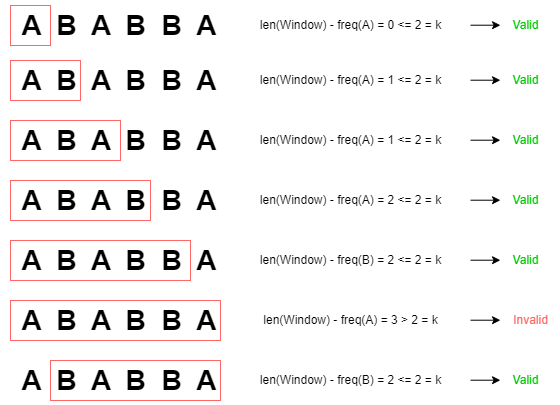
Above: Python3/img/LongestRepeatingCharacters.png in ashiven/leetcode-solutions (draw.io), before the change. Source tidied: cells renumbered, new cells last; positions are measured from the earlier drawing's top-left corner, leaving out a move shared by most shapes.
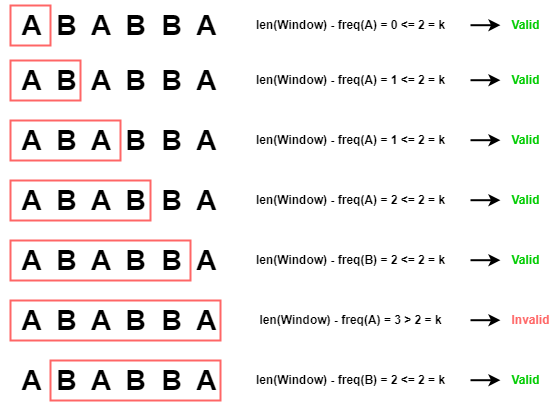
Above is the later version.

Change to the diagram source:
```diff
@@ -2,130 +2,130 @@
   <root>
     <mxCell id="0" />
     <mxCell id="1" parent="0" />
-    <mxCell id="2" value="&lt;b&gt;&lt;font style=&quot;font-size: 28px;&quot;&gt;&amp;nbsp;A&amp;nbsp; B&amp;nbsp; A&amp;nbsp; B&amp;nbsp; B&amp;nbsp; A&lt;/font&gt;&lt;/b&gt;" style="text;html=1;align=center;verticalAlign=middle;strokeColor=none;fillColor=none;fontColor=#000000;" parent="1" vertex="1">
+    <mxCell id="2" value="&lt;span&gt;&lt;font style=&quot;font-size: 28px;&quot;&gt;&amp;nbsp;A&amp;nbsp; B&amp;nbsp; A&amp;nbsp; B&amp;nbsp; B&amp;nbsp; A&lt;/font&gt;&lt;/span&gt;" style="text;html=1;align=center;verticalAlign=middle;strokeColor=none;fillColor=none;fontColor=#000000;fontStyle=1;strokeWidth=2;" parent="1" vertex="1">
       <mxGeometry width="230" height="50" as="geometry" />
     </mxCell>
-    <mxCell id="3" style="whiteSpace=wrap;html=1;fillColor=none;strokeColor=#FF6666;fontColor=#000000;" parent="1" vertex="1">
+    <mxCell id="3" style="whiteSpace=wrap;html=1;fillColor=none;strokeColor=#FF6666;fontColor=#000000;fontStyle=1;strokeWidth=2;" parent="1" vertex="1">
       <mxGeometry x="10" y="5" width="40" height="40" as="geometry" />
     </mxCell>
-    <mxCell id="4" value="&lt;font&gt;len(Window) - freq(A) = 0 &amp;lt;= 2 = k&lt;/font&gt;" style="text;html=1;align=center;verticalAlign=middle;strokeColor=none;fillColor=none;fontColor=#000000;" parent="1" vertex="1">
-      <mxGeometry x="250" y="10" width="200" height="30" as="geometry" />
+    <mxCell id="4" value="&lt;font&gt;len(Window) - freq(A) = 0 &amp;lt;= 2 = k&lt;/font&gt;" style="text;html=1;align=center;verticalAlign=middle;strokeColor=none;fillColor=none;fontColor=#000000;fontStyle=1;strokeWidth=2;" parent="1" vertex="1">
+      <mxGeometry x="245" y="10" width="210" height="30" as="geometry" />
     </mxCell>
-    <mxCell id="5" style="endArrow=classic;html=1;rounded=0;strokeColor=#000000;fontColor=#000000;" parent="1" edge="1">
+    <mxCell id="5" style="endArrow=classic;html=1;rounded=0;strokeColor=#000000;fontColor=#000000;fontStyle=1;strokeWidth=2;" parent="1" edge="1">
       <mxGeometry relative="1" as="geometry">
         <mxPoint x="470" y="24.7" as="sourcePoint" />
         <mxPoint x="500" y="24.7" as="targetPoint" />
       </mxGeometry>
     </mxCell>
-    <mxCell id="6" value="&lt;font color=&quot;#00cc00&quot;&gt;Valid&lt;/font&gt;" style="text;html=1;align=center;verticalAlign=middle;strokeColor=none;fillColor=none;" parent="1" vertex="1">
+    <mxCell id="6" value="&lt;font color=&quot;#00cc00&quot;&gt;Valid&lt;/font&gt;" style="text;html=1;align=center;verticalAlign=middle;strokeColor=none;fillColor=none;fontStyle=1;strokeWidth=2;" parent="1" vertex="1">
       <mxGeometry x="500" y="10" width="50" height="30" as="geometry" />
     </mxCell>
-    <mxCell id="7" value="&lt;b&gt;&lt;font style=&quot;font-size: 28px;&quot;&gt;&amp;nbsp;A&amp;nbsp; B&amp;nbsp; A&amp;nbsp; B&amp;nbsp; B&amp;nbsp; A&lt;/font&gt;&lt;/b&gt;" style="text;html=1;align=center;verticalAlign=middle;strokeColor=none;fillColor=none;fontColor=#000000;" parent="1" vertex="1">
+    <mxCell id="7" value="&lt;span&gt;&lt;font style=&quot;font-size: 28px;&quot;&gt;&amp;nbsp;A&amp;nbsp; B&amp;nbsp; A&amp;nbsp; B&amp;nbsp; B&amp;nbsp; A&lt;/font&gt;&lt;/span&gt;" style="text;html=1;align=center;verticalAlign=middle;strokeColor=none;fillColor=none;fontColor=#000000;fontStyle=1;strokeWidth=2;" parent="1" vertex="1">
       <mxGeometry y="55" width="230" height="50" as="geometry" />
     </mxCell>
-    <mxCell id="8" style="rounded=0;whiteSpace=wrap;html=1;fillColor=none;strokeColor=#FF6666;fontColor=#000000;" parent="1" vertex="1">
+    <mxCell id="8" style="rounded=0;whiteSpace=wrap;html=1;fillColor=none;strokeColor=#FF6666;fontColor=#000000;fontStyle=1;strokeWidth=2;" parent="1" vertex="1">
       <mxGeometry x="10" y="60" width="70" height="40" as="geometry" />
     </mxCell>
-    <mxCell id="9" value="&lt;font&gt;len(Window) - freq(A) = 1 &amp;lt;= 2 = k&lt;/font&gt;" style="text;html=1;align=center;verticalAlign=middle;strokeColor=none;fillColor=none;fontColor=#000000;" parent="1" vertex="1">
-      <mxGeometry x="250" y="65" width="200" height="30" as="geometry" />
+    <mxCell id="9" value="&lt;font&gt;len(Window) - freq(A) = 1 &amp;lt;= 2 = k&lt;/font&gt;" style="text;html=1;align=center;verticalAlign=middle;strokeColor=none;fillColor=none;fontColor=#000000;fontStyle=1;strokeWidth=2;" parent="1" vertex="1">
+      <mxGeometry x="245" y="65" width="210" height="30" as="geometry" />
     </mxCell>
-    <mxCell id="10" style="endArrow=classic;html=1;rounded=0;strokeColor=#000000;fontColor=#000000;" parent="1" edge="1">
+    <mxCell id="10" style="endArrow=classic;html=1;rounded=0;strokeColor=#000000;fontColor=#000000;fontStyle=1;strokeWidth=2;" parent="1" edge="1">
       <mxGeometry relative="1" as="geometry">
         <mxPoint x="470" y="79.7" as="sourcePoint" />
         <mxPoint x="500" y="79.7" as="targetPoint" />
       </mxGeometry>
     </mxCell>
-    <mxCell id="11" value="&lt;font color=&quot;#00cc00&quot;&gt;Valid&lt;/font&gt;" style="text;html=1;align=center;verticalAlign=middle;strokeColor=none;fillColor=none;" parent="1" vertex="1">
+    <mxCell id="11" value="&lt;font color=&quot;#00cc00&quot;&gt;Valid&lt;/font&gt;" style="text;html=1;align=center;verticalAlign=middle;strokeColor=none;fillColor=none;fontStyle=1;strokeWidth=2;" parent="1" vertex="1">
       <mxGeometry x="500" y="65" width="50" height="30" as="geometry" />
     </mxCell>
-    <mxCell id="12" value="&lt;b&gt;&lt;font style=&quot;font-size: 28px;&quot;&gt;&amp;nbsp;A&amp;nbsp; B&amp;nbsp; A&amp;nbsp; B&amp;nbsp; B&amp;nbsp; A&lt;/font&gt;&lt;/b&gt;" style="text;html=1;align=center;verticalAlign=middle;strokeColor=none;fillColor=none;fontColor=#000000;" parent="1" vertex="1">
+    <mxCell id="12" value="&lt;span&gt;&lt;font style=&quot;font-size: 28px;&quot;&gt;&amp;nbsp;A&amp;nbsp; B&amp;nbsp; A&amp;nbsp; B&amp;nbsp; B&amp;nbsp; A&lt;/font&gt;&lt;/span&gt;" style="text;html=1;align=center;verticalAlign=middle;strokeColor=none;fillColor=none;fontColor=#000000;fontStyle=1;strokeWidth=2;" parent="1" vertex="1">
       <mxGeometry y="115" width="230" height="50" as="geometry" />
     </mxCell>
-    <mxCell id="13" style="rounded=0;whiteSpace=wrap;html=1;fillColor=none;strokeColor=#FF6666;fontColor=#000000;" parent="1" vertex="1">
+    <mxCell id="13" style="rounded=0;whiteSpace=wrap;html=1;fillColor=none;strokeColor=#FF6666;fontColor=#000000;fontStyle=1;strokeWidth=2;" parent="1" vertex="1">
       <mxGeometry x="10" y="120" width="110" height="40" as="geometry" />
     </mxCell>
-    <mxCell id="14" value="&lt;font&gt;len(Window) - freq(A) = 1 &amp;lt;= 2 = k&lt;/font&gt;" style="text;html=1;align=center;verticalAlign=middle;strokeColor=none;fillColor=none;fontColor=#000000;" parent="1" vertex="1">
-      <mxGeometry x="250" y="125" width="200" height="30" as="geometry" />
+    <mxCell id="14" value="&lt;font&gt;len(Window) - freq(A) = 1 &amp;lt;= 2 = k&lt;/font&gt;" style="text;html=1;align=center;verticalAlign=middle;strokeColor=none;fillColor=none;fontColor=#000000;fontStyle=1;strokeWidth=2;" parent="1" vertex="1">
+      <mxGeometry x="245" y="125" width="210" height="30" as="geometry" />
     </mxCell>
-    <mxCell id="15" style="endArrow=classic;html=1;rounded=0;strokeColor=#000000;fontColor=#000000;" parent="1" edge="1">
+    <mxCell id="15" style="endArrow=classic;html=1;rounded=0;strokeColor=#000000;fontColor=#000000;fontStyle=1;strokeWidth=2;" parent="1" edge="1">
       <mxGeometry relative="1" as="geometry">
         <mxPoint x="470" y="139.7" as="sourcePoint" />
         <mxPoint x="500" y="139.7" as="targetPoint" />
       </mxGeometry>
     </mxCell>
-    <mxCell id="16" value="&lt;font color=&quot;#00cc00&quot;&gt;Valid&lt;/font&gt;" style="text;html=1;align=center;verticalAlign=middle;strokeColor=none;fillColor=none;" parent="1" vertex="1">
+    <mxCell id="16" value="&lt;font color=&quot;#00cc00&quot;&gt;Valid&lt;/font&gt;" style="text;html=1;align=center;verticalAlign=middle;strokeColor=none;fillColor=none;fontStyle=1;strokeWidth=2;" parent="1" vertex="1">
       <mxGeometry x="500" y="125" width="50" height="30" as="geometry" />
     </mxCell>
-    <mxCell id="17" value="&lt;b&gt;&lt;font style=&quot;font-size: 28px;&quot;&gt;&amp;nbsp;A&amp;nbsp; B&amp;nbsp; A&amp;nbsp; B&amp;nbsp; B&amp;nbsp; A&lt;/font&gt;&lt;/b&gt;" style="text;html=1;align=center;verticalAlign=middle;strokeColor=none;fillColor=none;fontColor=#000000;" parent="1" vertex="1">
+    <mxCell id="17" value="&lt;span&gt;&lt;font style=&quot;font-size: 28px;&quot;&gt;&amp;nbsp;A&amp;nbsp; B&amp;nbsp; A&amp;nbsp; B&amp;nbsp; B&amp;nbsp; A&lt;/font&gt;&lt;/span&gt;" style="text;html=1;align=center;verticalAlign=middle;strokeColor=none;fillColor=none;fontColor=#000000;fontStyle=1;strokeWidth=2;" parent="1" vertex="1">
       <mxGeometry y="175" width="230" height="50" as="geometry" />
     </mxCell>
-    <mxCell id="18" style="rounded=0;whiteSpace=wrap;html=1;fillColor=none;strokeColor=#FF6666;fontColor=#000000;" parent="1" vertex="1">
+    <mxCell id="18" style="rounded=0;whiteSpace=wrap;html=1;fillColor=none;strokeColor=#FF6666;fontColor=#000000;fontStyle=1;strokeWidth=2;" parent="1" vertex="1">
       <mxGeometry x="10" y="180" width="140" height="40" as="geometry" />
     </mxCell>
-    <mxCell id="19" value="&lt;font&gt;len(Window) - freq(A) = 2 &amp;lt;= 2 = k&lt;/font&gt;" style="text;html=1;align=center;verticalAlign=middle;strokeColor=none;fillColor=none;fontColor=#000000;" parent="1" vertex="1">
-      <mxGeometry x="250" y="185" width="200" height="30" as="geometry" />
+    <mxCell id="19" value="&lt;font&gt;len(Window) - freq(A) = 2 &amp;lt;= 2 = k&lt;/font&gt;" style="text;html=1;align=center;verticalAlign=middle;strokeColor=none;fillColor=none;fontColor=#000000;fontStyle=1;strokeWidth=2;" parent="1" vertex="1">
+      <mxGeometry x="245" y="185" width="210" height="30" as="geometry" />
     </mxCell>
-    <mxCell id="20" style="endArrow=classic;html=1;rounded=0;strokeColor=#000000;fontColor=#000000;" parent="1" edge="1">
+    <mxCell id="20" style="endArrow=classic;html=1;rounded=0;strokeColor=#000000;fontColor=#000000;fontStyle=1;strokeWidth=2;" parent="1" edge="1">
       <mxGeometry relative="1" as="geometry">
         <mxPoint x="470" y="199.7" as="sourcePoint" />
         <mxPoint x="500" y="199.7" as="targetPoint" />
       </mxGeometry>
     </mxCell>
-    <mxCell id="21" value="&lt;font color=&quot;#00cc00&quot;&gt;Valid&lt;/font&gt;" style="text;html=1;align=center;verticalAlign=middle;strokeColor=none;fillColor=none;" parent="1" vertex="1">
+    <mxCell id="21" value="&lt;font color=&quot;#00cc00&quot;&gt;Valid&lt;/font&gt;" style="text;html=1;align=center;verticalAlign=middle;strokeColor=none;fillColor=none;fontStyle=1;strokeWidth=2;" parent="1" vertex="1">
       <mxGeometry x="500" y="185" width="50" height="30" as="geometry" />
     </mxCell>
-    <mxCell id="22" value="&lt;b&gt;&lt;font style=&quot;font-size: 28px;&quot;&gt;&amp;nbsp;A&amp;nbsp; B&amp;nbsp; A&amp;nbsp; B&amp;nbsp; B&amp;nbsp; A&lt;/font&gt;&lt;/b&gt;" style="text;html=1;align=center;verticalAlign=middle;strokeColor=none;fillColor=none;fontColor=#000000;" parent="1" vertex="1">
+    <mxCell id="22" value="&lt;span&gt;&lt;font style=&quot;font-size: 28px;&quot;&gt;&amp;nbsp;A&amp;nbsp; B&amp;nbsp; A&amp;nbsp; B&amp;nbsp; B&amp;nbsp; A&lt;/font&gt;&lt;/span&gt;" style="text;html=1;align=center;verticalAlign=middle;strokeColor=none;fillColor=none;fontColor=#000000;fontStyle=1;strokeWidth=2;" parent="1" vertex="1">
       <mxGeometry y="235" width="230" height="50" as="geometry" />
     </mxCell>
-    <mxCell id="23" style="rounded=0;whiteSpace=wrap;html=1;fillColor=none;strokeColor=#FF6666;fontColor=#000000;" parent="1" vertex="1">
+    <mxCell id="23" style="rounded=0;whiteSpace=wrap;html=1;fillColor=none;strokeColor=#FF6666;fontColor=#000000;fontStyle=1;strokeWidth=2;" parent="1" vertex="1">
       <mxGeometry x="10" y="240" width="180" height="40" as="geometry" />
     </mxCell>
-    <mxCell id="24" value="&lt;font&gt;len(Window) - freq(B) = 2 &amp;lt;= 2 = k&lt;/font&gt;" style="text;html=1;align=center;verticalAlign=middle;strokeColor=none;fillColor=none;fontColor=#000000;" parent="1" vertex="1">
-      <mxGeometry x="250" y="245" width="200" height="30" as="geometry" />
+    <mxCell id="24" value="&lt;font&gt;len(Window) - freq(B) = 2 &amp;lt;= 2 = k&lt;/font&gt;" style="text;html=1;align=center;verticalAlign=middle;strokeColor=none;fillColor=none;fontColor=#000000;fontStyle=1;strokeWidth=2;" parent="1" vertex="1">
+      <mxGeometry x="245" y="245" width="210" height="30" as="geometry" />
     </mxCell>
-    <mxCell id="25" style="endArrow=classic;html=1;rounded=0;strokeColor=#000000;fontColor=#000000;" parent="1" edge="1">
+    <mxCell id="25" style="endArrow=classic;html=1;rounded=0;strokeColor=#000000;fontColor=#000000;fontStyle=1;strokeWidth=2;" parent="1" edge="1">
       <mxGeometry relative="1" as="geometry">
         <mxPoint x="470" y="259.7" as="sourcePoint" />
         <mxPoint x="500" y="259.7" as="targetPoint" />
       </mxGeometry>
     </mxCell>
-    <mxCell id="26" value="&lt;font color=&quot;#00cc00&quot;&gt;Valid&lt;/font&gt;" style="text;html=1;align=center;verticalAlign=middle;strokeColor=none;fillColor=none;" parent="1" vertex="1">
+    <mxCell id="26" value="&lt;font color=&quot;#00cc00&quot;&gt;Valid&lt;/font&gt;" style="text;html=1;align=center;verticalAlign=middle;strokeColor=none;fillColor=none;fontStyle=1;strokeWidth=2;" parent="1" vertex="1">
       <mxGeometry x="500" y="245" width="50" height="30" as="geometry" />
     </mxCell>
-    <mxCell id="27" value="&lt;b&gt;&lt;font style=&quot;font-size: 28px;&quot;&gt;&amp;nbsp;A&amp;nbsp; B&amp;nbsp; A&amp;nbsp; B&amp;nbsp; B&amp;nbsp; A&lt;/font&gt;&lt;/b&gt;" style="text;html=1;align=center;verticalAlign=middle;strokeColor=none;fillColor=none;fontColor=#000000;" parent="1" vertex="1">
+    <mxCell id="27" value="&lt;span&gt;&lt;font style=&quot;font-size: 28px;&quot;&gt;&amp;nbsp;A&amp;nbsp; B&amp;nbsp; A&amp;nbsp; B&amp;nbsp; B&amp;nbsp; A&lt;/font&gt;&lt;/span&gt;" style="text;html=1;align=center;verticalAlign=middle;strokeColor=none;fillColor=none;fontColor=#000000;fontStyle=1;strokeWidth=2;" parent="1" vertex="1">
       <mxGeometry y="295" width="230" height="50" as="geometry" />
     </mxCell>
-    <mxCell id="28" style="rounded=0;whiteSpace=wrap;html=1;fillColor=none;strokeColor=#FF6666;fontColor=#000000;" parent="1" vertex="1">
+    <mxCell id="28" style="rounded=0;whiteSpace=wrap;html=1;fillColor=none;strokeColor=#FF6666;fontColor=#000000;fontStyle=1;strokeWidth=2;" parent="1" vertex="1">
       <mxGeometry x="10" y="300" width="210" height="40" as="geometry" />
     </mxCell>
-    <mxCell id="29" value="&lt;font&gt;len(Window) - freq(A) = 3 &amp;gt; 2 = k&lt;/font&gt;" style="text;html=1;align=center;verticalAlign=middle;strokeColor=none;fillColor=none;fontColor=#000000;" parent="1" vertex="1">
-      <mxGeometry x="250" y="305" width="200" height="30" as="geometry" />
+    <mxCell id="29" value="&lt;font&gt;len(Window) - freq(A) = 3 &amp;gt; 2 = k&lt;/font&gt;" style="text;html=1;align=center;verticalAlign=middle;strokeColor=none;fillColor=none;fontColor=#000000;fontStyle=1;strokeWidth=2;" parent="1" vertex="1">
+      <mxGeometry x="245" y="305" width="210" height="30" as="geometry" />
     </mxCell>
-    <mxCell id="30" style="endArrow=classic;html=1;rounded=0;strokeColor=#000000;fontColor=#000000;" parent="1" edge="1">
+    <mxCell id="30" style="endArrow=classic;html=1;rounded=0;strokeColor=#000000;fontColor=#000000;fontStyle=1;strokeWidth=2;" parent="1" edge="1">
       <mxGeometry relative="1" as="geometry">
         <mxPoint x="470" y="319.7" as="sourcePoint" />
         <mxPoint x="500" y="319.7" as="targetPoint" />
       </mxGeometry>
     </mxCell>
-    <mxCell id="31" value="&lt;font color=&quot;#ff6666&quot;&gt;Invalid&lt;/font&gt;" style="text;html=1;align=center;verticalAlign=middle;strokeColor=none;fillColor=none;" parent="1" vertex="1">
+    <mxCell id="31" value="&lt;font color=&quot;#ff6666&quot;&gt;Invalid&lt;/font&gt;" style="text;html=1;align=center;verticalAlign=middle;strokeColor=none;fillColor=none;fontStyle=1;strokeWidth=2;" parent="1" vertex="1">
       <mxGeometry x="500" y="305" width="60" height="30" as="geometry" />
     </mxCell>
-    <mxCell id="32" value="&lt;b&gt;&lt;font style=&quot;font-size: 28px;&quot;&gt;&amp;nbsp;A&amp;nbsp; B&amp;nbsp; A&amp;nbsp; B&amp;nbsp; B&amp;nbsp; A&lt;/font&gt;&lt;/b&gt;" style="text;html=1;align=center;verticalAlign=middle;strokeColor=none;fillColor=none;fontColor=#000000;" parent="1" vertex="1">
+    <mxCell id="32" value="&lt;span&gt;&lt;font style=&quot;font-size: 28px;&quot;&gt;&amp;nbsp;A&amp;nbsp; B&amp;nbsp; A&amp;nbsp; B&amp;nbsp; B&amp;nbsp; A&lt;/font&gt;&lt;/span&gt;" style="text;html=1;align=center;verticalAlign=middle;strokeColor=none;fillColor=none;fontColor=#000000;fontStyle=1;strokeWidth=2;" parent="1" vertex="1">
       <mxGeometry y="355" width="230" height="50" as="geometry" />
     </mxCell>
-    <mxCell id="33" style="rounded=0;whiteSpace=wrap;html=1;fillColor=none;strokeColor=#FF6666;fontColor=#000000;" parent="1" vertex="1">
+    <mxCell id="33" style="rounded=0;whiteSpace=wrap;html=1;fillColor=none;strokeColor=#FF6666;fontColor=#000000;fontStyle=1;strokeWidth=2;" parent="1" vertex="1">
       <mxGeometry x="50" y="360" width="170" height="40" as="geometry" />
     </mxCell>
-    <mxCell id="34" value="&lt;font&gt;len(Window) - freq(B) = 2 &amp;lt;= 2 = k&lt;/font&gt;" style="text;html=1;align=center;verticalAlign=middle;strokeColor=none;fillColor=none;fontColor=#000000;" parent="1" vertex="1">
-      <mxGeometry x="250" y="365" width="200" height="30" as="geometry" />
+    <mxCell id="34" value="&lt;font&gt;len(Window) - freq(B) = 2 &amp;lt;= 2 = k&lt;/font&gt;" style="text;html=1;align=center;verticalAlign=middle;strokeColor=none;fillColor=none;fontColor=#000000;fontStyle=1;strokeWidth=2;" parent="1" vertex="1">
+      <mxGeometry x="245" y="365" width="210" height="30" as="geometry" />
     </mxCell>
-    <mxCell id="35" style="endArrow=classic;html=1;rounded=0;strokeColor=#000000;fontColor=#000000;" parent="1" edge="1">
+    <mxCell id="35" style="endArrow=classic;html=1;rounded=0;strokeColor=#000000;fontColor=#000000;fontStyle=1;strokeWidth=2;" parent="1" edge="1">
       <mxGeometry relative="1" as="geometry">
         <mxPoint x="470" y="379.7" as="sourcePoint" />
         <mxPoint x="500" y="379.7" as="targetPoint" />
       </mxGeometry>
     </mxCell>
-    <mxCell id="36" value="&lt;font color=&quot;#00cc00&quot;&gt;Valid&lt;/font&gt;" style="text;html=1;align=center;verticalAlign=middle;strokeColor=none;fillColor=none;" parent="1" vertex="1">
+    <mxCell id="36" value="&lt;font color=&quot;#00cc00&quot;&gt;Valid&lt;/font&gt;" style="text;html=1;align=center;verticalAlign=middle;strokeColor=none;fillColor=none;fontStyle=1;strokeWidth=2;" parent="1" vertex="1">
       <mxGeometry x="500" y="365" width="50" height="30" as="geometry" />
     </mxCell>
   </root>
```
